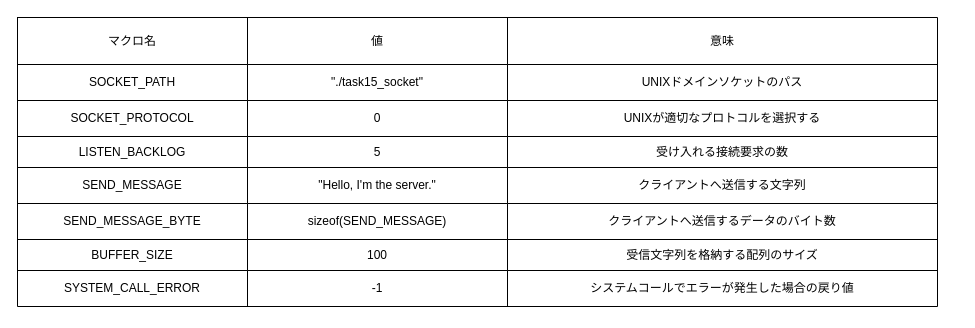
Before: page "外部情報" (3 of 3) of c-advanced/task15_server.drawio in lkq9873/c-training, a draw.io diagram. Source tidied: cells renumbered, new cells numbered last; positions are measured from the earlier drawing's top-left corner, leaving out a move shared by most shapes. Both pictures are drawn from the tidied source at 100%, with x=0, y=0 at pixel (17, 17).
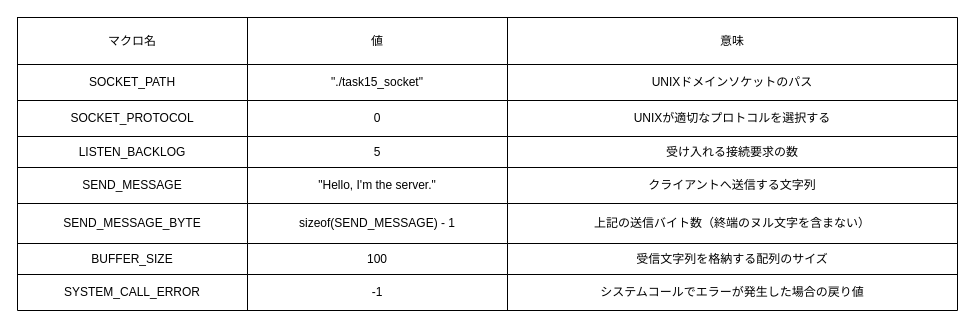
The same page after the edit.

Diff of the diagram source:
```diff
@@
-    <mxCell id="0" />
-    <mxCell id="1" parent="0" />
-    <mxCell id="2" style="shape=table;startSize=0;childLayout=tableLayout;" parent="1" vertex="1">
-      <mxGeometry width="920" height="289" as="geometry" />
-    </mxCell>
-    <mxCell id="3" style="shape=tableRow;horizontal=0;startSize=0;swimlaneHead=0;swimlaneBody=0;strokeColor=inherit;top=0;left=0;bottom=0;right=0;fillColor=none;" parent="2" vertex="1">
-      <mxGeometry width="920" height="47" as="geometry" />
-    </mxCell>
+    <mxCell id="35" />
+    <mxCell id="36" parent="35" />
+    <mxCell id="37" style="shape=table;startSize=0;childLayout=tableLayout;" parent="36" vertex="1">
+      <mxGeometry width="940" height="293" as="geometry" />
+    </mxCell>
+    <mxCell id="38" style="shape=tableRow;horizontal=0;startSize=0;swimlaneHead=0;swimlaneBody=0;strokeColor=inherit;top=0;left=0;bottom=0;right=0;fillColor=none;" parent="37" vertex="1">
+      <mxGeometry width="940" height="47" as="geometry" />
+    </mxCell>
-    <mxCell id="4" value="マクロ名" style="shape=partialRectangle;html=1;whiteSpace=wrap;strokeColor=inherit;overflow=hidden;fillColor=none;top=0;left=0;bottom=0;right=0;" parent="3" vertex="1">
+    <mxCell id="4" value="マクロ名" style="shape=partialRectangle;html=1;whiteSpace=wrap;strokeColor=inherit;overflow=hidden;fillColor=none;top=0;left=0;bottom=0;right=0;" parent="38" vertex="1">
       <mxGeometry width="230" height="47" as="geometry" />
     </mxCell>
-    <mxCell id="5" value="値" style="shape=partialRectangle;html=1;whiteSpace=wrap;strokeColor=inherit;overflow=hidden;fillColor=none;top=0;left=0;bottom=0;right=0;" parent="3" vertex="1">
+    <mxCell id="5" value="値" style="shape=partialRectangle;html=1;whiteSpace=wrap;strokeColor=inherit;overflow=hidden;fillColor=none;top=0;left=0;bottom=0;right=0;" parent="38" vertex="1">
       <mxGeometry x="230" width="260" height="47" as="geometry" />
     </mxCell>
-    <mxCell id="6" value="意味" style="shape=partialRectangle;html=1;whiteSpace=wrap;strokeColor=inherit;overflow=hidden;fillColor=none;top=0;left=0;bottom=0;right=0;" parent="3" vertex="1">
-      <mxGeometry x="490" width="430" height="47" as="geometry" />
+    <mxCell id="6" value="意味" style="shape=partialRectangle;html=1;whiteSpace=wrap;strokeColor=inherit;overflow=hidden;fillColor=none;top=0;left=0;bottom=0;right=0;" parent="38" vertex="1">
+      <mxGeometry x="490" width="450" height="47" as="geometry" />
     </mxCell>
-    <mxCell id="7" style="shape=tableRow;horizontal=0;startSize=0;swimlaneHead=0;swimlaneBody=0;strokeColor=inherit;top=0;left=0;bottom=0;right=0;fillColor=none;" parent="2" vertex="1">
-      <mxGeometry y="47" width="920" height="36" as="geometry" />
-    </mxCell>
+    <mxCell id="39" style="shape=tableRow;horizontal=0;startSize=0;swimlaneHead=0;swimlaneBody=0;strokeColor=inherit;top=0;left=0;bottom=0;right=0;fillColor=none;" parent="37" vertex="1">
+      <mxGeometry y="47" width="940" height="36" as="geometry" />
+    </mxCell>
-    <mxCell id="8" value="SOCKET_PATH" style="shape=partialRectangle;html=1;whiteSpace=wrap;strokeColor=inherit;overflow=hidden;fillColor=none;top=0;left=0;bottom=0;right=0;" parent="7" vertex="1">
+    <mxCell id="8" value="SOCKET_PATH" style="shape=partialRectangle;html=1;whiteSpace=wrap;strokeColor=inherit;overflow=hidden;fillColor=none;top=0;left=0;bottom=0;right=0;" parent="39" vertex="1">
       <mxGeometry width="230" height="36" as="geometry" />
     </mxCell>
-    <mxCell id="9" value="&quot;./task15_socket&quot;" style="shape=partialRectangle;html=1;whiteSpace=wrap;strokeColor=inherit;overflow=hidden;fillColor=none;top=0;left=0;bottom=0;right=0;" parent="7" vertex="1">
+    <mxCell id="9" value="&quot;./task15_socket&quot;" style="shape=partialRectangle;html=1;whiteSpace=wrap;strokeColor=inherit;overflow=hidden;fillColor=none;top=0;left=0;bottom=0;right=0;" parent="39" vertex="1">
       <mxGeometry x="230" width="260" height="36" as="geometry" />
     </mxCell>
-    <mxCell id="10" value="UNIXドメインソケットのパス" style="shape=partialRectangle;html=1;whiteSpace=wrap;strokeColor=inherit;overflow=hidden;fillColor=none;top=0;left=0;bottom=0;right=0;" parent="7" vertex="1">
-      <mxGeometry x="490" width="430" height="36" as="geometry" />
+    <mxCell id="10" value="UNIXドメインソケットのパス" style="shape=partialRectangle;html=1;whiteSpace=wrap;strokeColor=inherit;overflow=hidden;fillColor=none;top=0;left=0;bottom=0;right=0;" parent="39" vertex="1">
+      <mxGeometry x="490" width="450" height="36" as="geometry" />
     </mxCell>
-    <mxCell id="11" style="shape=tableRow;horizontal=0;startSize=0;swimlaneHead=0;swimlaneBody=0;strokeColor=inherit;top=0;left=0;bottom=0;right=0;fillColor=none;" parent="2" vertex="1">
-      <mxGeometry y="83" width="920" height="36" as="geometry" />
-    </mxCell>
+    <mxCell id="40" style="shape=tableRow;horizontal=0;startSize=0;swimlaneHead=0;swimlaneBody=0;strokeColor=inherit;top=0;left=0;bottom=0;right=0;fillColor=none;" parent="37" vertex="1">
+      <mxGeometry y="83" width="940" height="36" as="geometry" />
+    </mxCell>
-    <mxCell id="12" value="SOCKET_PROTOCOL" style="shape=partialRectangle;html=1;whiteSpace=wrap;strokeColor=inherit;overflow=hidden;fillColor=none;top=0;left=0;bottom=0;right=0;" parent="11" vertex="1">
+    <mxCell id="12" value="SOCKET_PROTOCOL" style="shape=partialRectangle;html=1;whiteSpace=wrap;strokeColor=inherit;overflow=hidden;fillColor=none;top=0;left=0;bottom=0;right=0;" parent="40" vertex="1">
       <mxGeometry width="230" height="36" as="geometry" />
     </mxCell>
-    <mxCell id="13" value="0" style="shape=partialRectangle;html=1;whiteSpace=wrap;strokeColor=inherit;overflow=hidden;fillColor=none;top=0;left=0;bottom=0;right=0;" parent="11" vertex="1">
+    <mxCell id="13" value="0" style="shape=partialRectangle;html=1;whiteSpace=wrap;strokeColor=inherit;overflow=hidden;fillColor=none;top=0;left=0;bottom=0;right=0;" parent="40" vertex="1">
       <mxGeometry x="230" width="260" height="36" as="geometry" />
     </mxCell>
-    <mxCell id="14" value="UNIXが適切なプロトコルを選択する" style="shape=partialRectangle;html=1;whiteSpace=wrap;strokeColor=inherit;overflow=hidden;fillColor=none;top=0;left=0;bottom=0;right=0;" parent="11" vertex="1">
-      <mxGeometry x="490" width="430" height="36" as="geometry" />
+    <mxCell id="14" value="UNIXが適切なプロトコルを選択する" style="shape=partialRectangle;html=1;whiteSpace=wrap;strokeColor=inherit;overflow=hidden;fillColor=none;top=0;left=0;bottom=0;right=0;" parent="40" vertex="1">
+      <mxGeometry x="490" width="450" height="36" as="geometry" />
     </mxCell>
-    <mxCell id="15" style="shape=tableRow;horizontal=0;startSize=0;swimlaneHead=0;swimlaneBody=0;strokeColor=inherit;top=0;left=0;bottom=0;right=0;fillColor=none;" parent="2" vertex="1">
-      <mxGeometry y="119" width="920" height="31" as="geometry" />
-    </mxCell>
+    <mxCell id="41" style="shape=tableRow;horizontal=0;startSize=0;swimlaneHead=0;swimlaneBody=0;strokeColor=inherit;top=0;left=0;bottom=0;right=0;fillColor=none;" parent="37" vertex="1">
+      <mxGeometry y="119" width="940" height="31" as="geometry" />
+    </mxCell>
-    <mxCell id="16" value="LISTEN_BACKLOG" style="shape=partialRectangle;html=1;whiteSpace=wrap;strokeColor=inherit;overflow=hidden;fillColor=none;top=0;left=0;bottom=0;right=0;" parent="15" vertex="1">
+    <mxCell id="16" value="LISTEN_BACKLOG" style="shape=partialRectangle;html=1;whiteSpace=wrap;strokeColor=inherit;overflow=hidden;fillColor=none;top=0;left=0;bottom=0;right=0;" parent="41" vertex="1">
       <mxGeometry width="230" height="31" as="geometry" />
     </mxCell>
-    <mxCell id="17" value="5" style="shape=partialRectangle;html=1;whiteSpace=wrap;strokeColor=inherit;overflow=hidden;fillColor=none;top=0;left=0;bottom=0;right=0;" parent="15" vertex="1">
+    <mxCell id="17" value="5" style="shape=partialRectangle;html=1;whiteSpace=wrap;strokeColor=inherit;overflow=hidden;fillColor=none;top=0;left=0;bottom=0;right=0;" parent="41" vertex="1">
       <mxGeometry x="230" width="260" height="31" as="geometry" />
     </mxCell>
-    <mxCell id="18" value="受け入れる接続要求の数" style="shape=partialRectangle;html=1;whiteSpace=wrap;strokeColor=inherit;overflow=hidden;fillColor=none;top=0;left=0;bottom=0;right=0;" parent="15" vertex="1">
-      <mxGeometry x="490" width="430" height="31" as="geometry" />
+    <mxCell id="18" value="受け入れる接続要求の数" style="shape=partialRectangle;html=1;whiteSpace=wrap;strokeColor=inherit;overflow=hidden;fillColor=none;top=0;left=0;bottom=0;right=0;" parent="41" vertex="1">
+      <mxGeometry x="490" width="450" height="31" as="geometry" />
     </mxCell>
-    <mxCell id="19" style="shape=tableRow;horizontal=0;startSize=0;swimlaneHead=0;swimlaneBody=0;strokeColor=inherit;top=0;left=0;bottom=0;right=0;fillColor=none;" parent="2" vertex="1">
-      <mxGeometry y="150" width="920" height="36" as="geometry" />
-    </mxCell>
+    <mxCell id="42" style="shape=tableRow;horizontal=0;startSize=0;swimlaneHead=0;swimlaneBody=0;strokeColor=inherit;top=0;left=0;bottom=0;right=0;fillColor=none;" parent="37" vertex="1">
+      <mxGeometry y="150" width="940" height="36" as="geometry" />
+    </mxCell>
-    <mxCell id="20" value="SEND_MESSAGE" style="shape=partialRectangle;html=1;whiteSpace=wrap;strokeColor=inherit;overflow=hidden;fillColor=none;top=0;left=0;bottom=0;right=0;" parent="19" vertex="1">
+    <mxCell id="20" value="SEND_MESSAGE" style="shape=partialRectangle;html=1;whiteSpace=wrap;strokeColor=inherit;overflow=hidden;fillColor=none;top=0;left=0;bottom=0;right=0;" parent="42" vertex="1">
       <mxGeometry width="230" height="36" as="geometry" />
     </mxCell>
-    <mxCell id="21" value="&quot;Hello, I'm the server.&quot;" style="shape=partialRectangle;html=1;whiteSpace=wrap;strokeColor=inherit;overflow=hidden;fillColor=none;top=0;left=0;bottom=0;right=0;" parent="19" vertex="1">
+    <mxCell id="21" value="&quot;Hello, I'm the server.&quot;" style="shape=partialRectangle;html=1;whiteSpace=wrap;strokeColor=inherit;overflow=hidden;fillColor=none;top=0;left=0;bottom=0;right=0;" parent="42" vertex="1">
       <mxGeometry x="230" width="260" height="36" as="geometry" />
     </mxCell>
-    <mxCell id="22" value="クライアントへ送信する文字列" style="shape=partialRectangle;html=1;whiteSpace=wrap;strokeColor=inherit;overflow=hidden;fillColor=none;top=0;left=0;bottom=0;right=0;" parent="19" vertex="1">
-      <mxGeometry x="490" width="430" height="36" as="geometry" />
+    <mxCell id="22" value="クライアントへ送信する文字列" style="shape=partialRectangle;html=1;whiteSpace=wrap;strokeColor=inherit;overflow=hidden;fillColor=none;top=0;left=0;bottom=0;right=0;" parent="42" vertex="1">
+      <mxGeometry x="490" width="450" height="36" as="geometry" />
     </mxCell>
-    <mxCell id="23" style="shape=tableRow;horizontal=0;startSize=0;swimlaneHead=0;swimlaneBody=0;strokeColor=inherit;top=0;left=0;bottom=0;right=0;fillColor=none;" parent="2" vertex="1">
-      <mxGeometry y="186" width="920" height="36" as="geometry" />
-    </mxCell>
+    <mxCell id="43" style="shape=tableRow;horizontal=0;startSize=0;swimlaneHead=0;swimlaneBody=0;strokeColor=inherit;top=0;left=0;bottom=0;right=0;fillColor=none;" parent="37" vertex="1">
+      <mxGeometry y="186" width="940" height="40" as="geometry" />
+    </mxCell>
-    <mxCell id="24" value="SEND_MESSAGE_BYTE" style="shape=partialRectangle;html=1;whiteSpace=wrap;strokeColor=inherit;overflow=hidden;fillColor=none;top=0;left=0;bottom=0;right=0;" parent="23" vertex="1">
-      <mxGeometry width="230" height="36" as="geometry" />
+    <mxCell id="24" value="SEND_MESSAGE_BYTE" style="shape=partialRectangle;html=1;whiteSpace=wrap;strokeColor=inherit;overflow=hidden;fillColor=none;top=0;left=0;bottom=0;right=0;" parent="43" vertex="1">
+      <mxGeometry width="230" height="40" as="geometry" />
     </mxCell>
-    <mxCell id="25" value="sizeof(SEND_MESSAGE)" style="shape=partialRectangle;html=1;whiteSpace=wrap;strokeColor=inherit;overflow=hidden;fillColor=none;top=0;left=0;bottom=0;right=0;" parent="23" vertex="1">
-      <mxGeometry x="230" width="260" height="36" as="geometry" />
-    </mxCell>
-    <mxCell id="26" value="クライアントへ送信するデータのバイト数" style="shape=partialRectangle;html=1;whiteSpace=wrap;strokeColor=inherit;overflow=hidden;fillColor=none;top=0;left=0;bottom=0;right=0;" parent="23" vertex="1">
-      <mxGeometry x="490" width="430" height="36" as="geometry" />
-    </mxCell>
-    <mxCell id="27" style="shape=tableRow;horizontal=0;startSize=0;swimlaneHead=0;swimlaneBody=0;strokeColor=inherit;top=0;left=0;bottom=0;right=0;fillColor=none;" parent="2" vertex="1">
-      <mxGeometry y="222" width="920" height="31" as="geometry" />
-    </mxCell>
+    <mxCell id="44" value="sizeof(SEND_MESSAGE) - 1" style="shape=partialRectangle;html=1;whiteSpace=wrap;strokeColor=inherit;overflow=hidden;fillColor=none;top=0;left=0;bottom=0;right=0;" parent="43" vertex="1">
+      <mxGeometry x="230" width="260" height="40" as="geometry" />
+    </mxCell>
+    <mxCell id="45" value="上記の送信バイト数（終端のヌル文字を含まない）" style="shape=partialRectangle;html=1;whiteSpace=wrap;strokeColor=inherit;overflow=hidden;fillColor=none;top=0;left=0;bottom=0;right=0;" parent="43" vertex="1">
+      <mxGeometry x="490" width="450" height="40" as="geometry" />
+    </mxCell>
+    <mxCell id="46" style="shape=tableRow;horizontal=0;startSize=0;swimlaneHead=0;swimlaneBody=0;strokeColor=inherit;top=0;left=0;bottom=0;right=0;fillColor=none;" parent="37" vertex="1">
+      <mxGeometry y="226" width="940" height="31" as="geometry" />
+    </mxCell>
-    <mxCell id="28" value="BUFFER_SIZE" style="shape=partialRectangle;html=1;whiteSpace=wrap;strokeColor=inherit;overflow=hidden;fillColor=none;top=0;left=0;bottom=0;right=0;" parent="27" vertex="1">
+    <mxCell id="28" value="BUFFER_SIZE" style="shape=partialRectangle;html=1;whiteSpace=wrap;strokeColor=inherit;overflow=hidden;fillColor=none;top=0;left=0;bottom=0;right=0;" parent="46" vertex="1">
       <mxGeometry width="230" height="31" as="geometry" />
     </mxCell>
-    <mxCell id="29" value="100" style="shape=partialRectangle;html=1;whiteSpace=wrap;strokeColor=inherit;overflow=hidden;fillColor=none;top=0;left=0;bottom=0;right=0;" parent="27" vertex="1">
+    <mxCell id="29" value="100" style="shape=partialRectangle;html=1;whiteSpace=wrap;strokeColor=inherit;overflow=hidden;fillColor=none;top=0;left=0;bottom=0;right=0;" parent="46" vertex="1">
       <mxGeometry x="230" width="260" height="31" as="geometry" />
     </mxCell>
-    <mxCell id="30" value="受信文字列を格納する配列のサイズ" style="shape=partialRectangle;html=1;whiteSpace=wrap;strokeColor=inherit;overflow=hidden;fillColor=none;top=0;left=0;bottom=0;right=0;" parent="27" vertex="1">
-      <mxGeometry x="490" width="430" height="31" as="geometry" />
+    <mxCell id="30" value="受信文字列を格納する配列のサイズ" style="shape=partialRectangle;html=1;whiteSpace=wrap;strokeColor=inherit;overflow=hidden;fillColor=none;top=0;left=0;bottom=0;right=0;" parent="46" vertex="1">
+      <mxGeometry x="490" width="450" height="31" as="geometry" />
     </mxCell>
-    <mxCell id="31" style="shape=tableRow;horizontal=0;startSize=0;swimlaneHead=0;swimlaneBody=0;strokeColor=inherit;top=0;left=0;bottom=0;right=0;fillColor=none;" parent="2" vertex="1">
-      <mxGeometry y="253" width="920" height="36" as="geometry" />
-    </mxCell>
+    <mxCell id="47" style="shape=tableRow;horizontal=0;startSize=0;swimlaneHead=0;swimlaneBody=0;strokeColor=inherit;top=0;left=0;bottom=0;right=0;fillColor=none;" parent="37" vertex="1">
+      <mxGeometry y="257" width="940" height="36" as="geometry" />
+    </mxCell>
-    <mxCell id="32" value="SYSTEM_CALL_ERROR" style="shape=partialRectangle;html=1;whiteSpace=wrap;strokeColor=inherit;overflow=hidden;fillColor=none;top=0;left=0;bottom=0;right=0;" parent="31" vertex="1">
+    <mxCell id="32" value="SYSTEM_CALL_ERROR" style="shape=partialRectangle;html=1;whiteSpace=wrap;strokeColor=inherit;overflow=hidden;fillColor=none;top=0;left=0;bottom=0;right=0;" parent="47" vertex="1">
       <mxGeometry width="230" height="36" as="geometry" />
     </mxCell>
-    <mxCell id="33" value="-1" style="shape=partialRectangle;html=1;whiteSpace=wrap;strokeColor=inherit;overflow=hidden;fillColor=none;top=0;left=0;bottom=0;right=0;" parent="31" vertex="1">
+    <mxCell id="33" value="-1" style="shape=partialRectangle;html=1;whiteSpace=wrap;strokeColor=inherit;overflow=hidden;fillColor=none;top=0;left=0;bottom=0;right=0;" parent="47" vertex="1">
       <mxGeometry x="230" width="260" height="36" as="geometry" />
     </mxCell>
-    <mxCell id="34" value="システムコールでエラーが発生した場合の戻り値" style="shape=partialRectangle;html=1;whiteSpace=wrap;strokeColor=inherit;overflow=hidden;fillColor=none;top=0;left=0;bottom=0;right=0;" parent="31" vertex="1">
-      <mxGeometry x="490" width="430" height="36" as="geometry" />
+    <mxCell id="34" value="システムコールでエラーが発生した場合の戻り値" style="shape=partialRectangle;html=1;whiteSpace=wrap;strokeColor=inherit;overflow=hidden;fillColor=none;top=0;left=0;bottom=0;right=0;" parent="47" vertex="1">
+      <mxGeometry x="490" width="450" height="36" as="geometry" />
     </mxCell>
```
